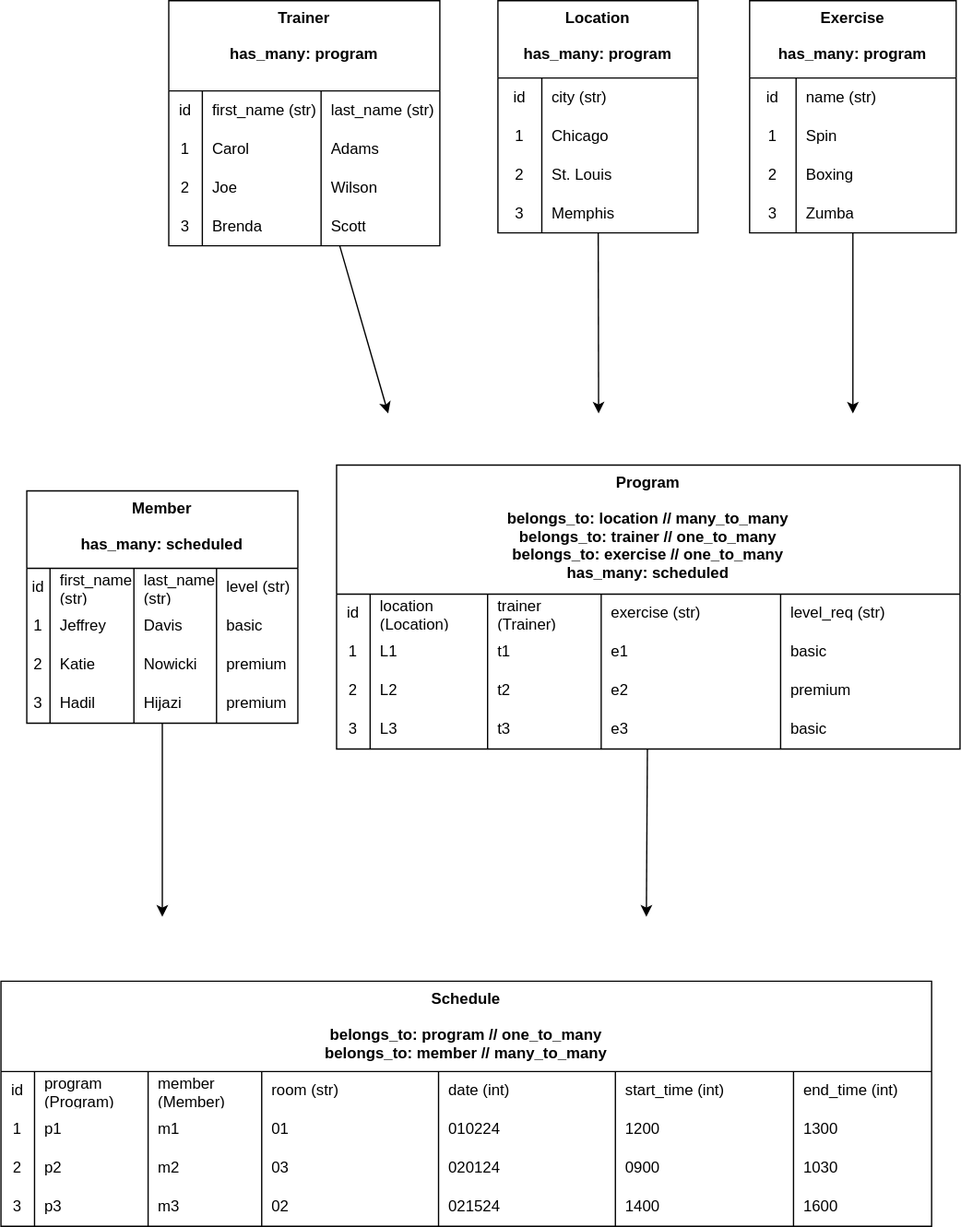
Before: .drawio.svg, a diagram exported from draw.io (learn-co-curriculum/python-p3-v2-final-project-template). Source tidied: cells renumbered, new cells last; positions are measured from the earlier drawing's top-left corner, leaving out a move shared by most shapes.
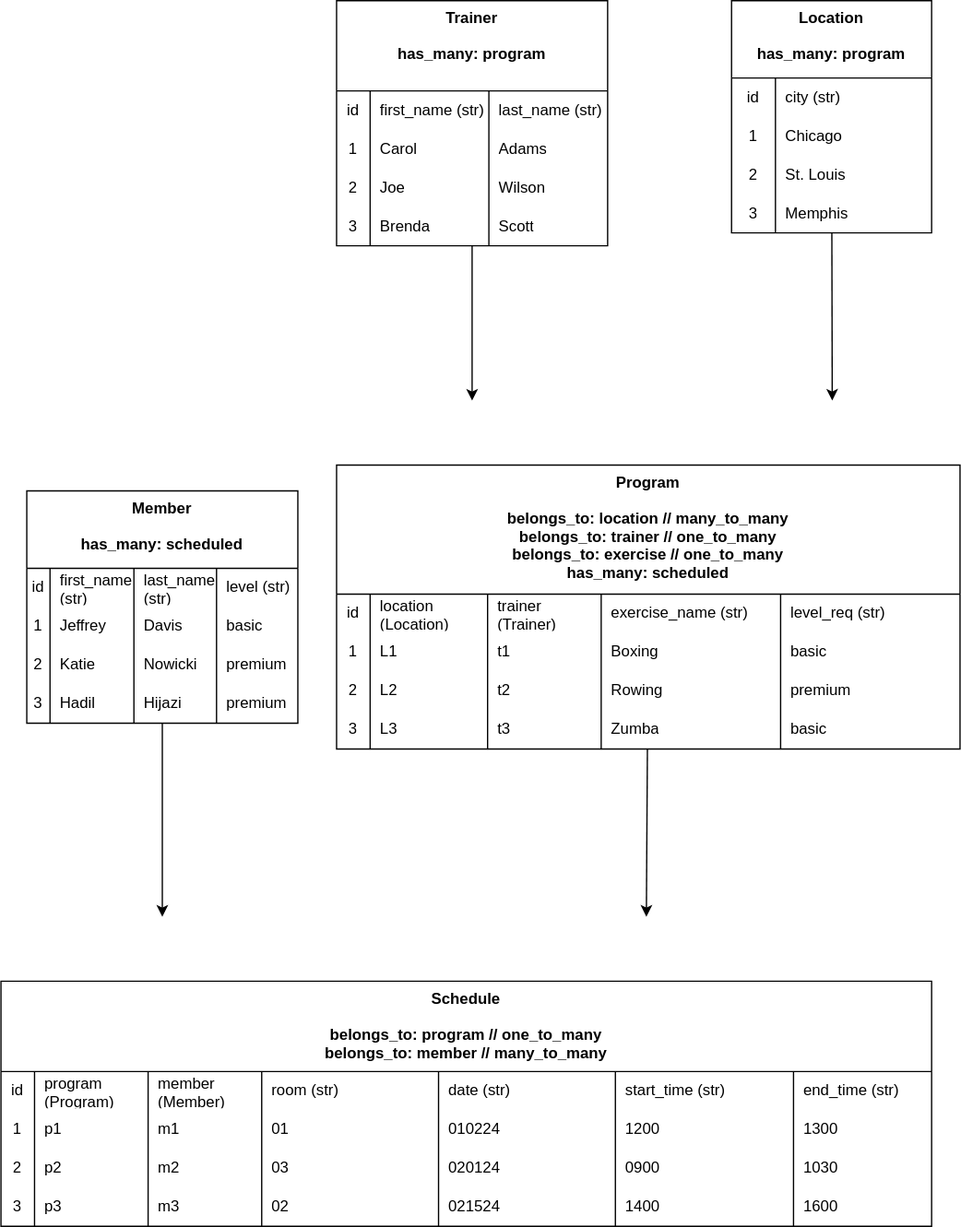
Later version of the same file.

Change to the diagram source:
```diff
@@ -4,11 +4,11 @@
     <mxCell id="1" parent="0" />
     <mxCell id="2" style="edgeStyle=none;html=1;" parent="1" edge="1" source="3">
       <mxGeometry relative="1" as="geometry">
-        <mxPoint x="300" y="320" as="targetPoint" />
+        <mxPoint x="365" y="310" as="targetPoint" />
       </mxGeometry>
     </mxCell>
     <mxCell id="3" value="Trainer&#10;&#10;has_many: program" style="shape=table;startSize=70;rowLines=0;fontStyle=1;verticalAlign=top;" parent="1" vertex="1">
-      <mxGeometry x="130" width="210" height="190" as="geometry" />
+      <mxGeometry x="260" width="210" height="190" as="geometry" />
     </mxCell>
     <mxCell id="4" style="shape=tableRow;horizontal=0;startSize=0;swimlaneHead=0;swimlaneBody=0;top=0;left=0;bottom=0;right=0;fillColor=none;" parent="3" vertex="1">
       <mxGeometry y="70" width="210" height="30" as="geometry" />
@@ -78,7 +78,7 @@
     <mxCell id="25" value="trainer (Trainer)" style="shape=partialRectangle;html=1;whiteSpace=wrap;fillColor=none;top=0;left=0;bottom=0;right=0;align=left;spacingLeft=6;overflow=hidden;" parent="22" vertex="1">
       <mxGeometry x="117" width="88" height="30" as="geometry" />
     </mxCell>
-    <mxCell id="26" value="exercise (str)" style="shape=partialRectangle;html=1;whiteSpace=wrap;fillColor=none;top=0;left=0;bottom=0;right=0;align=left;spacingLeft=6;overflow=hidden;" parent="22" vertex="1">
+    <mxCell id="26" value="exercise_name (str)" style="shape=partialRectangle;html=1;whiteSpace=wrap;fillColor=none;top=0;left=0;bottom=0;right=0;align=left;spacingLeft=6;overflow=hidden;" parent="22" vertex="1">
       <mxGeometry x="205" width="139" height="30" as="geometry" />
     </mxCell>
     <mxCell id="27" value="level_req (str)" style="shape=partialRectangle;html=1;whiteSpace=wrap;fillColor=none;top=0;left=0;bottom=0;right=0;align=left;spacingLeft=6;overflow=hidden;" parent="22" vertex="1">
@@ -96,7 +96,7 @@
     <mxCell id="31" value="t1" style="shape=partialRectangle;html=1;whiteSpace=wrap;fillColor=none;top=0;left=0;bottom=0;right=0;align=left;spacingLeft=6;overflow=hidden;" parent="28" vertex="1">
       <mxGeometry x="117" width="88" height="30" as="geometry" />
     </mxCell>
-    <mxCell id="32" value="e1" style="shape=partialRectangle;html=1;whiteSpace=wrap;fillColor=none;top=0;left=0;bottom=0;right=0;align=left;spacingLeft=6;overflow=hidden;" parent="28" vertex="1">
+    <mxCell id="32" value="Boxing" style="shape=partialRectangle;html=1;whiteSpace=wrap;fillColor=none;top=0;left=0;bottom=0;right=0;align=left;spacingLeft=6;overflow=hidden;" parent="28" vertex="1">
       <mxGeometry x="205" width="139" height="30" as="geometry" />
     </mxCell>
     <mxCell id="33" value="basic" style="shape=partialRectangle;html=1;whiteSpace=wrap;fillColor=none;top=0;left=0;bottom=0;right=0;align=left;spacingLeft=6;overflow=hidden;" parent="28" vertex="1">
@@ -114,7 +114,7 @@
     <mxCell id="37" value="t2" style="shape=partialRectangle;html=1;whiteSpace=wrap;fillColor=none;top=0;left=0;bottom=0;right=0;align=left;spacingLeft=6;overflow=hidden;" parent="34" vertex="1">
       <mxGeometry x="117" width="88" height="30" as="geometry" />
     </mxCell>
-    <mxCell id="38" value="e2" style="shape=partialRectangle;html=1;whiteSpace=wrap;fillColor=none;top=0;left=0;bottom=0;right=0;align=left;spacingLeft=6;overflow=hidden;" parent="34" vertex="1">
+    <mxCell id="38" value="Rowing" style="shape=partialRectangle;html=1;whiteSpace=wrap;fillColor=none;top=0;left=0;bottom=0;right=0;align=left;spacingLeft=6;overflow=hidden;" parent="34" vertex="1">
       <mxGeometry x="205" width="139" height="30" as="geometry" />
     </mxCell>
     <mxCell id="39" value="premium" style="shape=partialRectangle;html=1;whiteSpace=wrap;fillColor=none;top=0;left=0;bottom=0;right=0;align=left;spacingLeft=6;overflow=hidden;" parent="34" vertex="1">
@@ -132,7 +132,7 @@
     <mxCell id="43" value="t3" style="shape=partialRectangle;html=1;whiteSpace=wrap;fillColor=none;top=0;left=0;bottom=0;right=0;align=left;spacingLeft=6;overflow=hidden;" parent="40" vertex="1">
       <mxGeometry x="117" width="88" height="30" as="geometry" />
     </mxCell>
-    <mxCell id="44" value="e3" style="shape=partialRectangle;html=1;whiteSpace=wrap;fillColor=none;top=0;left=0;bottom=0;right=0;align=left;spacingLeft=6;overflow=hidden;" parent="40" vertex="1">
+    <mxCell id="44" value="Zumba" style="shape=partialRectangle;html=1;whiteSpace=wrap;fillColor=none;top=0;left=0;bottom=0;right=0;align=left;spacingLeft=6;overflow=hidden;" parent="40" vertex="1">
       <mxGeometry x="205" width="139" height="30" as="geometry" />
     </mxCell>
     <mxCell id="45" value="basic" style="shape=partialRectangle;html=1;whiteSpace=wrap;fillColor=none;top=0;left=0;bottom=0;right=0;align=left;spacingLeft=6;overflow=hidden;" parent="40" vertex="1">
@@ -208,11 +208,11 @@
     </mxCell>
     <mxCell id="68" style="edgeStyle=none;html=1;" parent="1" edge="1" source="69">
       <mxGeometry relative="1" as="geometry">
-        <mxPoint x="463" y="320" as="targetPoint" />
+        <mxPoint x="644" y="310" as="targetPoint" />
       </mxGeometry>
     </mxCell>
     <mxCell id="69" value="Location&#10;&#10;has_many: program" style="shape=table;startSize=60;rowLines=0;fontStyle=1;verticalAlign=top;" parent="1" vertex="1">
-      <mxGeometry x="385" width="155" height="180" as="geometry" />
+      <mxGeometry x="566" width="155" height="180" as="geometry" />
     </mxCell>
     <mxCell id="70" style="shape=tableRow;horizontal=0;startSize=0;swimlaneHead=0;swimlaneBody=0;top=0;left=0;bottom=0;right=0;fillColor=none;" parent="69" vertex="1">
       <mxGeometry y="60" width="155" height="30" as="geometry" />
@@ -250,50 +250,6 @@
     <mxCell id="81" value="Memphis" style="shape=partialRectangle;html=1;whiteSpace=wrap;fillColor=none;top=0;left=0;bottom=0;right=0;align=left;spacingLeft=6;overflow=hidden;" parent="79" vertex="1">
       <mxGeometry x="34" width="121" height="30" as="geometry" />
     </mxCell>
-    <mxCell id="82" style="edgeStyle=none;html=1;" parent="1" edge="1" source="83">
-      <mxGeometry relative="1" as="geometry">
-        <mxPoint x="660" y="320" as="targetPoint" />
-      </mxGeometry>
-    </mxCell>
-    <mxCell id="83" value="Exercise&#10;&#10;has_many: program" style="shape=table;startSize=60;rowLines=0;fontStyle=1;verticalAlign=top;" parent="1" vertex="1">
-      <mxGeometry x="580" width="160" height="180" as="geometry" />
-    </mxCell>
-    <mxCell id="84" style="shape=tableRow;horizontal=0;startSize=0;swimlaneHead=0;swimlaneBody=0;top=0;left=0;bottom=0;right=0;fillColor=none;" parent="83" vertex="1">
-      <mxGeometry y="60" width="160" height="30" as="geometry" />
-    </mxCell>
-    <mxCell id="85" value="id" style="shape=partialRectangle;html=1;whiteSpace=wrap;fillColor=none;top=0;left=0;bottom=0;right=0;overflow=hidden;" parent="84" vertex="1">
-      <mxGeometry width="36" height="30" as="geometry" />
-    </mxCell>
-    <mxCell id="86" value="name (str)" style="shape=partialRectangle;html=1;whiteSpace=wrap;fillColor=none;top=0;left=0;bottom=0;right=0;align=left;spacingLeft=6;overflow=hidden;" parent="84" vertex="1">
-      <mxGeometry x="36" width="124" height="30" as="geometry" />
-    </mxCell>
-    <mxCell id="87" style="shape=tableRow;horizontal=0;startSize=0;swimlaneHead=0;swimlaneBody=0;top=0;left=0;bottom=0;right=0;fillColor=none;" parent="83" vertex="1">
-      <mxGeometry y="90" width="160" height="30" as="geometry" />
-    </mxCell>
-    <mxCell id="88" value="1" style="shape=partialRectangle;html=1;whiteSpace=wrap;fillColor=none;top=0;left=0;bottom=0;right=0;overflow=hidden;" parent="87" vertex="1">
-      <mxGeometry width="36" height="30" as="geometry" />
-    </mxCell>
-    <mxCell id="89" value="Spin" style="shape=partialRectangle;html=1;whiteSpace=wrap;fillColor=none;top=0;left=0;bottom=0;right=0;align=left;spacingLeft=6;overflow=hidden;" parent="87" vertex="1">
-      <mxGeometry x="36" width="124" height="30" as="geometry" />
-    </mxCell>
-    <mxCell id="90" style="shape=tableRow;horizontal=0;startSize=0;swimlaneHead=0;swimlaneBody=0;top=0;left=0;bottom=0;right=0;fillColor=none;" parent="83" vertex="1">
-      <mxGeometry y="120" width="160" height="30" as="geometry" />
-    </mxCell>
-    <mxCell id="91" value="2" style="shape=partialRectangle;html=1;whiteSpace=wrap;fillColor=none;top=0;left=0;bottom=0;right=0;overflow=hidden;" parent="90" vertex="1">
-      <mxGeometry width="36" height="30" as="geometry" />
-    </mxCell>
-    <mxCell id="92" value="Boxing" style="shape=partialRectangle;html=1;whiteSpace=wrap;fillColor=none;top=0;left=0;bottom=0;right=0;align=left;spacingLeft=6;overflow=hidden;" parent="90" vertex="1">
-      <mxGeometry x="36" width="124" height="30" as="geometry" />
-    </mxCell>
-    <mxCell id="93" style="shape=tableRow;horizontal=0;startSize=0;swimlaneHead=0;swimlaneBody=0;top=0;left=0;bottom=0;right=0;fillColor=none;" parent="83" vertex="1">
-      <mxGeometry y="150" width="160" height="30" as="geometry" />
-    </mxCell>
-    <mxCell id="94" value="3" style="shape=partialRectangle;html=1;whiteSpace=wrap;fillColor=none;top=0;left=0;bottom=0;right=0;overflow=hidden;" parent="93" vertex="1">
-      <mxGeometry width="36" height="30" as="geometry" />
-    </mxCell>
-    <mxCell id="95" value="Zumba" style="shape=partialRectangle;html=1;whiteSpace=wrap;fillColor=none;top=0;left=0;bottom=0;right=0;align=left;spacingLeft=6;overflow=hidden;" parent="93" vertex="1">
-      <mxGeometry x="36" width="124" height="30" as="geometry" />
-    </mxCell>
     <mxCell id="96" value="Schedule&#10;&#10;belongs_to: program // one_to_many&#10;belongs_to: member // many_to_many" style="shape=table;startSize=70;rowLines=0;fontStyle=1;verticalAlign=top;" parent="1" vertex="1">
       <mxGeometry y="760" width="721" height="190" as="geometry" />
     </mxCell>
@@ -312,13 +268,13 @@
     <mxCell id="101" value="room (str)" style="shape=partialRectangle;html=1;whiteSpace=wrap;fillColor=none;top=0;left=0;bottom=0;right=0;align=left;spacingLeft=6;overflow=hidden;" parent="97" vertex="1">
       <mxGeometry x="202" width="137" height="30" as="geometry" />
     </mxCell>
-    <mxCell id="102" value="date (int)" style="shape=partialRectangle;html=1;whiteSpace=wrap;fillColor=none;top=0;left=0;bottom=0;right=0;align=left;spacingLeft=6;overflow=hidden;" parent="97" vertex="1">
+    <mxCell id="102" value="date (str)" style="shape=partialRectangle;html=1;whiteSpace=wrap;fillColor=none;top=0;left=0;bottom=0;right=0;align=left;spacingLeft=6;overflow=hidden;" parent="97" vertex="1">
       <mxGeometry x="339" width="137" height="30" as="geometry" />
     </mxCell>
-    <mxCell id="103" value="start_time (int)" style="shape=partialRectangle;html=1;whiteSpace=wrap;fillColor=none;top=0;left=0;bottom=0;right=0;align=left;spacingLeft=6;overflow=hidden;" parent="97" vertex="1">
+    <mxCell id="103" value="start_time (str)" style="shape=partialRectangle;html=1;whiteSpace=wrap;fillColor=none;top=0;left=0;bottom=0;right=0;align=left;spacingLeft=6;overflow=hidden;" parent="97" vertex="1">
       <mxGeometry x="476" width="138" height="30" as="geometry" />
     </mxCell>
-    <mxCell id="104" value="end_time (int)" style="shape=partialRectangle;html=1;whiteSpace=wrap;fillColor=none;top=0;left=0;bottom=0;right=0;align=left;spacingLeft=6;overflow=hidden;" parent="97" vertex="1">
+    <mxCell id="104" value="end_time (str)" style="shape=partialRectangle;html=1;whiteSpace=wrap;fillColor=none;top=0;left=0;bottom=0;right=0;align=left;spacingLeft=6;overflow=hidden;" parent="97" vertex="1">
       <mxGeometry x="614" width="107" height="30" as="geometry" />
     </mxCell>
     <mxCell id="105" style="shape=tableRow;horizontal=0;startSize=0;swimlaneHead=0;swimlaneBody=0;top=0;left=0;bottom=0;right=0;fillColor=none;" parent="96" vertex="1">
```
